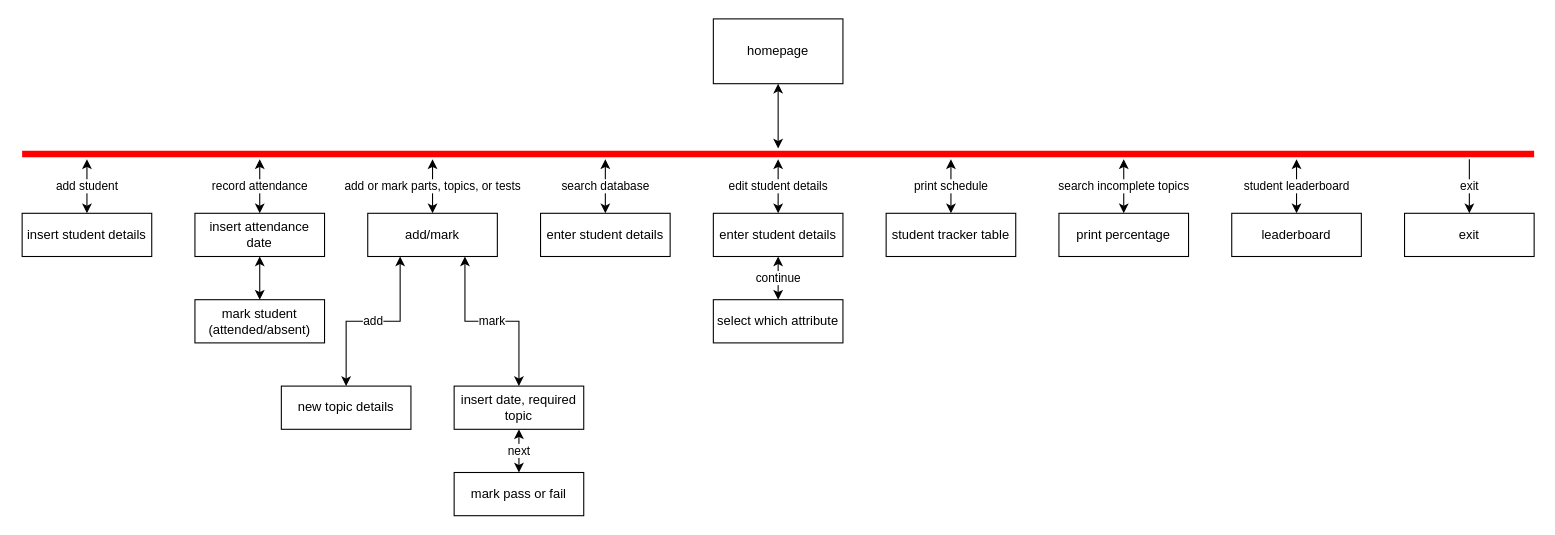
This is diagrams/WND.drawio from c-cada/sad, a draw.io file, before an edit. Source tidied: cells renumbered, new cells numbered last; positions are measured from the earlier drawing's top-left corner, leaving out a move shared by most shapes. Both pictures are drawn from the tidied source at 108%, with x=0, y=0 at pixel (22, 18).
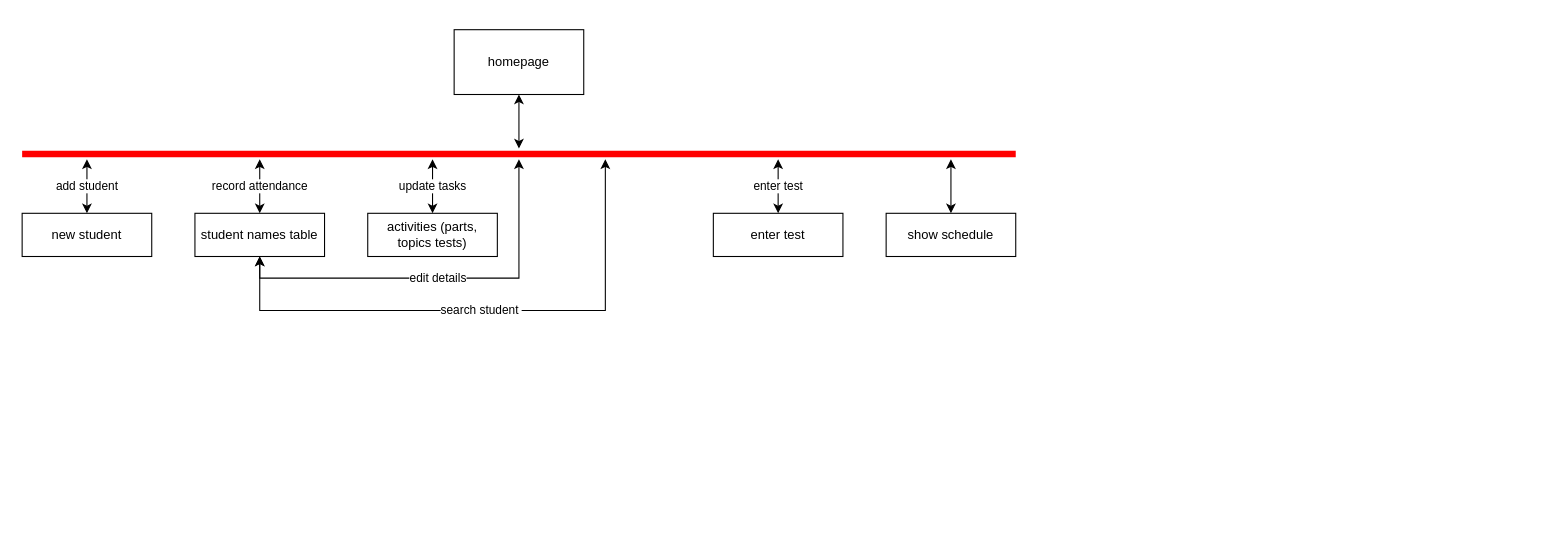
The same page after the edit.

The edit, as a diff of the source:
```diff
@@
-    <mxCell id="2" value="add student" style="edgeStyle=orthogonalEdgeStyle;rounded=0;jettySize=auto;html=1;startArrow=classic;startFill=1;" parent="1" edge="1" target="14">
+    <mxCell id="2" value="add student" style="edgeStyle=orthogonalEdgeStyle;rounded=0;jettySize=auto;html=1;startArrow=classic;startFill=1;" parent="1" edge="1" source="11" target="14">
       <mxGeometry relative="1" as="geometry">
-        <mxPoint x="60" y="130" as="sourcePoint" />
         <Array as="points">
           <mxPoint x="60" y="155" />
           <mxPoint x="60" y="155" />
         </Array>
       </mxGeometry>
     </mxCell>
-    <mxCell id="3" value="record attendance" style="edgeStyle=orthogonalEdgeStyle;rounded=0;jettySize=auto;html=1;startArrow=classic;startFill=1;" parent="1" edge="1" target="16">
+    <mxCell id="3" value="record attendance" style="edgeStyle=orthogonalEdgeStyle;rounded=0;jettySize=auto;html=1;startArrow=classic;startFill=1;" parent="1" edge="1" source="11" target="16">
       <mxGeometry relative="1" as="geometry">
-        <mxPoint x="220" y="130" as="sourcePoint" />
         <Array as="points">
           <mxPoint x="220" y="160" />
           <mxPoint x="220" y="160" />
         </Array>
       </mxGeometry>
     </mxCell>
-    <mxCell id="4" value="add or mark parts, topics, or tests" style="edgeStyle=orthogonalEdgeStyle;rounded=0;jettySize=auto;html=1;startArrow=classic;startFill=1;" parent="1" edge="1" target="19">
+    <mxCell id="4" value="update tasks" style="edgeStyle=orthogonalEdgeStyle;rounded=0;jettySize=auto;html=1;startArrow=classic;startFill=1;" parent="1" edge="1" source="11" target="19">
       <mxGeometry relative="1" as="geometry">
-        <mxPoint x="380" y="130" as="sourcePoint" />
         <Array as="points">
           <mxPoint x="380" y="150" />
           <mxPoint x="380" y="150" />
         </Array>
       </mxGeometry>
     </mxCell>
+    <mxCell id="33" value="edit details" style="edgeStyle=orthogonalEdgeStyle;rounded=0;jettySize=auto;html=1;startArrow=classic;startFill=1;" parent="1" edge="1" source="11" target="16">
+      <mxGeometry relative="1" as="geometry">
+        <Array as="points">
+          <mxPoint x="460" y="240" />
+          <mxPoint x="220" y="240" />
+        </Array>
+      </mxGeometry>
+    </mxCell>
+    <mxCell id="34" value="search student&amp;nbsp;" style="edgeStyle=orthogonalEdgeStyle;rounded=0;jettySize=auto;html=1;startArrow=classic;startFill=1;" parent="1" edge="1" source="11" target="16">
+      <mxGeometry relative="1" as="geometry">
+        <Array as="points">
+          <mxPoint x="540" y="270" />
+          <mxPoint x="220" y="270" />
+        </Array>
+      </mxGeometry>
+    </mxCell>
-    <mxCell id="5" value="print schedule" style="edgeStyle=orthogonalEdgeStyle;rounded=0;jettySize=auto;html=1;startArrow=classic;startFill=1;" parent="1" edge="1" source="11" target="20">
+    <mxCell id="5" value="enter test" style="edgeStyle=orthogonalEdgeStyle;rounded=0;jettySize=auto;html=1;startArrow=classic;startFill=1;" parent="1" edge="1" source="11" target="20">
       <mxGeometry relative="1" as="geometry">
         <Array as="points">
-          <mxPoint x="860" y="170" />
-          <mxPoint x="860" y="170" />
+          <mxPoint x="700" y="170" />
+          <mxPoint x="700" y="170" />
         </Array>
       </mxGeometry>
     </mxCell>
-    <mxCell id="6" value="search incomplete topics" style="edgeStyle=orthogonalEdgeStyle;rounded=0;jettySize=auto;html=1;startArrow=classic;startFill=1;" parent="1" edge="1" source="11" target="21">
+    <mxCell id="6" style="edgeStyle=orthogonalEdgeStyle;rounded=0;jettySize=auto;html=1;startArrow=classic;startFill=1;" parent="1" edge="1" source="11" target="21">
       <mxGeometry relative="1" as="geometry">
         <Array as="points">
-          <mxPoint x="1020" y="170" />
-          <mxPoint x="1020" y="170" />
+          <mxPoint x="860" y="170" />
+          <mxPoint x="860" y="170" />
         </Array>
       </mxGeometry>
     </mxCell>
-    <mxCell id="7" value="student leaderboard" style="edgeStyle=orthogonalEdgeStyle;rounded=0;jettySize=auto;html=1;startArrow=classic;startFill=1;" parent="1" edge="1" source="11" target="22">
-      <mxGeometry relative="1" as="geometry">
-        <Array as="points">
-          <mxPoint x="1180" y="150" />
-          <mxPoint x="1180" y="150" />
-        </Array>
-      </mxGeometry>
-    </mxCell>
-    <mxCell id="8" value="exit" style="edgeStyle=orthogonalEdgeStyle;rounded=0;jettySize=auto;html=1;" parent="1" edge="1" source="11" target="23">
-      <mxGeometry relative="1" as="geometry">
-        <Array as="points">
-          <mxPoint x="1340" y="150" />
-          <mxPoint x="1340" y="150" />
-        </Array>
-      </mxGeometry>
-    </mxCell>
-    <mxCell id="9" value="edit student details" style="edgeStyle=orthogonalEdgeStyle;rounded=0;jettySize=auto;html=1;startArrow=classic;startFill=1;" parent="1" edge="1" source="11" target="30">
-      <mxGeometry relative="1" as="geometry">
-        <Array as="points">
-          <mxPoint x="700" y="155" />
-          <mxPoint x="700" y="155" />
-        </Array>
-      </mxGeometry>
-    </mxCell>
-    <mxCell id="10" value="search database" style="edgeStyle=orthogonalEdgeStyle;rounded=0;jettySize=auto;html=1;startArrow=classic;startFill=1;" parent="1" edge="1" source="11" target="31">
-      <mxGeometry relative="1" as="geometry">
-        <Array as="points">
-          <mxPoint x="540" y="150" />
-          <mxPoint x="540" y="150" />
-        </Array>
-      </mxGeometry>
-    </mxCell>
     <mxCell id="11" style="shape=line;html=1;strokeWidth=6;strokeColor=#ff0000;" parent="1" vertex="1">
-      <mxGeometry y="120" width="1400" height="10" as="geometry" />
+      <mxGeometry y="120" width="920" height="10" as="geometry" />
     </mxCell>
@@
     <mxCell id="13" value="homepage" style="rounded=0;whiteSpace=wrap;html=1;" parent="1" vertex="1">
-      <mxGeometry x="640" width="120" height="60" as="geometry" />
+      <mxGeometry x="400" y="10" width="120" height="60" as="geometry" />
     </mxCell>
-    <mxCell id="14" value="insert student details" style="rounded=0;whiteSpace=wrap;html=1;" parent="1" vertex="1">
+    <mxCell id="14" value="new student" style="rounded=0;whiteSpace=wrap;html=1;" parent="1" vertex="1">
       <mxGeometry y="180" width="120" height="40" as="geometry" />
     </mxCell>
-    <mxCell id="15" style="edgeStyle=orthogonalEdgeStyle;rounded=0;jettySize=auto;html=1;startArrow=classic;startFill=1;" parent="1" edge="1" source="16" target="24">
-      <mxGeometry relative="1" as="geometry" />
-    </mxCell>
-    <mxCell id="16" value="insert attendance date" style="rounded=0;whiteSpace=wrap;html=1;" parent="1" vertex="1">
+    <mxCell id="16" value="student names table" style="rounded=0;whiteSpace=wrap;html=1;" parent="1" vertex="1">
       <mxGeometry x="160" y="180" width="120" height="40" as="geometry" />
     </mxCell>
-    <mxCell id="17" value="add" style="edgeStyle=orthogonalEdgeStyle;rounded=0;jettySize=auto;html=1;exitX=0.25;exitY=1;exitDx=0;exitDy=0;entryX=0.5;entryY=0;entryDx=0;entryDy=0;startArrow=classic;startFill=1;" parent="1" edge="1" source="19" target="25">
-      <mxGeometry relative="1" as="geometry" />
-    </mxCell>
-    <mxCell id="18" value="mark" style="edgeStyle=orthogonalEdgeStyle;rounded=0;jettySize=auto;html=1;exitX=0.75;exitY=1;exitDx=0;exitDy=0;startArrow=classic;startFill=1;" parent="1" edge="1" source="19" target="27">
-      <mxGeometry relative="1" as="geometry" />
-    </mxCell>
-    <mxCell id="19" value="add/mark" style="rounded=0;whiteSpace=wrap;html=1;" parent="1" vertex="1">
+    <mxCell id="19" value="activities (parts, topics tests)" style="rounded=0;whiteSpace=wrap;html=1;" parent="1" vertex="1">
       <mxGeometry x="320" y="180" width="120" height="40" as="geometry" />
     </mxCell>
-    <mxCell id="20" value="student tracker table" style="rounded=0;whiteSpace=wrap;html=1;" parent="1" vertex="1">
-      <mxGeometry x="800" y="180" width="120" height="40" as="geometry" />
+    <mxCell id="20" value="enter test" style="rounded=0;whiteSpace=wrap;html=1;" parent="1" vertex="1">
+      <mxGeometry x="640" y="180" width="120" height="40" as="geometry" />
     </mxCell>
-    <mxCell id="21" value="print percentage" style="rounded=0;whiteSpace=wrap;html=1;" parent="1" vertex="1">
-      <mxGeometry x="960" y="180" width="120" height="40" as="geometry" />
+    <mxCell id="21" value="show schedule" style="rounded=0;whiteSpace=wrap;html=1;" parent="1" vertex="1">
+      <mxGeometry x="800" y="180" width="120" height="40" as="geometry" />
     </mxCell>
-    <mxCell id="22" value="leaderboard" style="rounded=0;whiteSpace=wrap;html=1;" parent="1" vertex="1">
-      <mxGeometry x="1120" y="180" width="120" height="40" as="geometry" />
-    </mxCell>
-    <mxCell id="23" value="exit" style="rounded=0;whiteSpace=wrap;html=1;" parent="1" vertex="1">
-      <mxGeometry x="1280" y="180" width="120" height="40" as="geometry" />
-    </mxCell>
-    <mxCell id="24" value="mark student (attended/absent)" style="rounded=0;whiteSpace=wrap;html=1;" parent="1" vertex="1">
-      <mxGeometry x="160" y="260" width="120" height="40" as="geometry" />
-    </mxCell>
-    <mxCell id="25" value="new topic details" style="rounded=0;whiteSpace=wrap;html=1;" parent="1" vertex="1">
-      <mxGeometry x="240" y="340" width="120" height="40" as="geometry" />
-    </mxCell>
-    <mxCell id="26" value="next" style="edgeStyle=orthogonalEdgeStyle;rounded=0;jettySize=auto;html=1;startArrow=classic;startFill=1;" parent="1" edge="1" source="27" target="28">
-      <mxGeometry relative="1" as="geometry" />
-    </mxCell>
-    <mxCell id="27" value="insert date, required topic" style="rounded=0;whiteSpace=wrap;html=1;" parent="1" vertex="1">
-      <mxGeometry x="400" y="340" width="120" height="40" as="geometry" />
-    </mxCell>
-    <mxCell id="28" value="mark pass or fail" style="rounded=0;whiteSpace=wrap;html=1;" parent="1" vertex="1">
-      <mxGeometry x="400" y="420" width="120" height="40" as="geometry" />
-    </mxCell>
-    <mxCell id="29" value="continue" style="edgeStyle=orthogonalEdgeStyle;rounded=0;jettySize=auto;html=1;startArrow=classic;startFill=1;" parent="1" edge="1" source="30" target="32">
-      <mxGeometry relative="1" as="geometry" />
-    </mxCell>
-    <mxCell id="30" value="enter student details" style="rounded=0;whiteSpace=wrap;html=1;" parent="1" vertex="1">
-      <mxGeometry x="640" y="180" width="120" height="40" as="geometry" />
-    </mxCell>
-    <mxCell id="31" value="enter student details" style="rounded=0;whiteSpace=wrap;html=1;" parent="1" vertex="1">
-      <mxGeometry x="480" y="180" width="120" height="40" as="geometry" />
-    </mxCell>
-    <mxCell id="32" value="select which attribute" style="rounded=0;whiteSpace=wrap;html=1;" parent="1" vertex="1">
-      <mxGeometry x="640" y="260" width="120" height="40" as="geometry" />
-    </mxCell>
```
